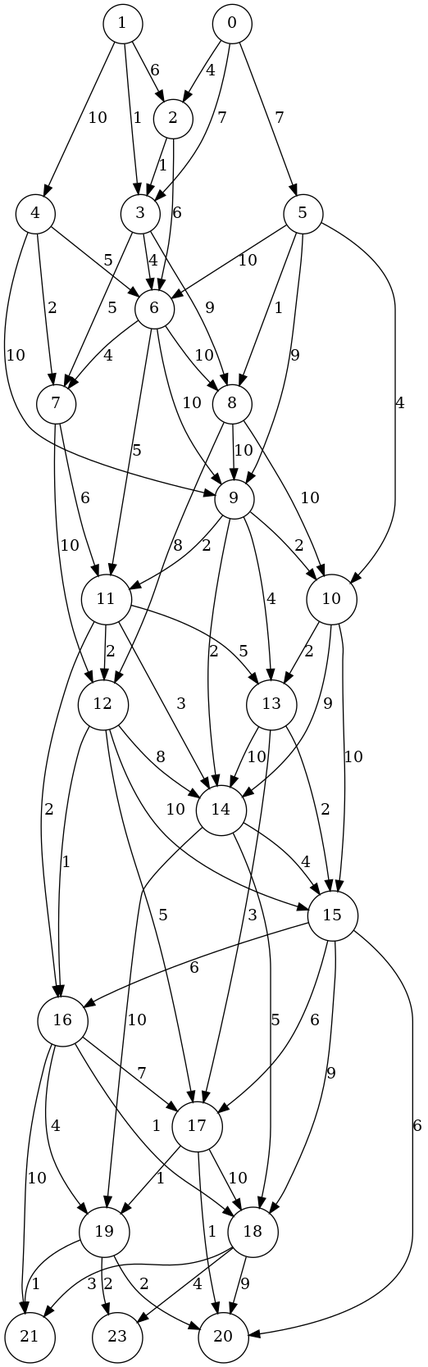
kaygun/ford-fulkerson keeps this Graphviz diagram as figures/graph9.png. Above is the earlier version. Its source is kept beside it as figures/graph9.dot.
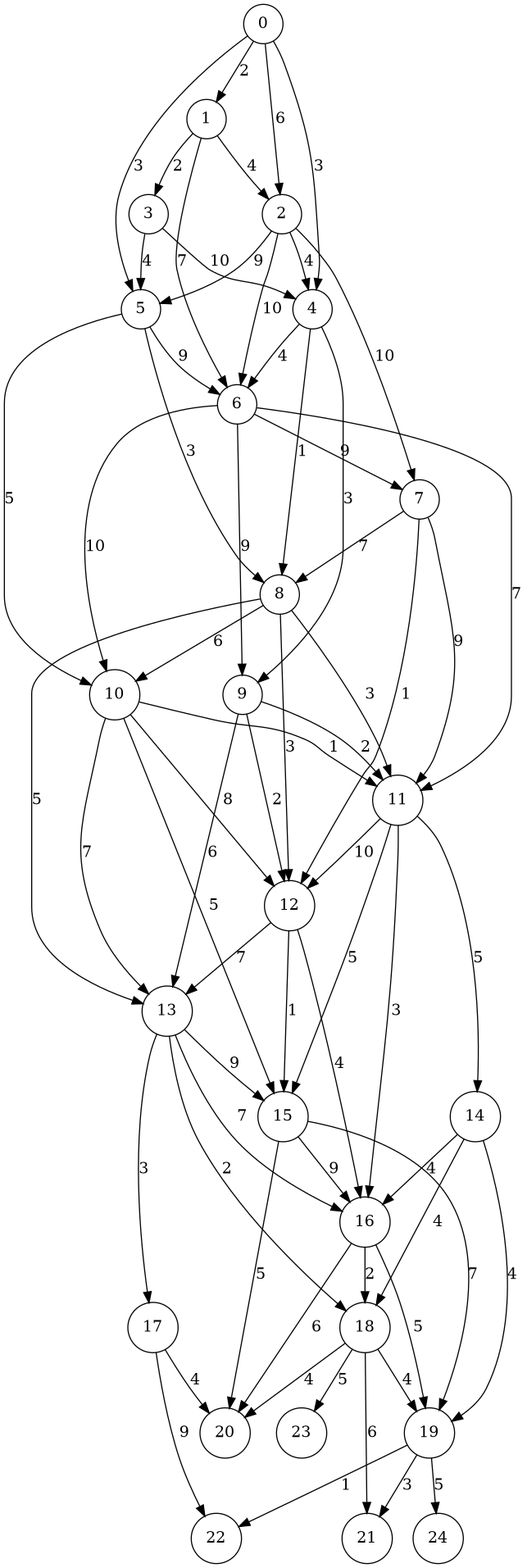
The same file after the commit.

Diff of the diagram source:
```diff
@@ -1,68 +1,69 @@
 digraph G {
 node[shape=circle];
-"16" -> "19" [label=4];
-"10" -> "14" [label=9];
-"8" -> "9" [label=10];
-"7" -> "12" [label=10];
-"18" -> "23" [label=4];
-"13" -> "15" [label=2];
-"7" -> "11" [label=6];
-"12" -> "17" [label=5];
-"10" -> "15" [label=10];
-"2" -> "3" [label=1];
-"15" -> "16" [label=6];
-"10" -> "13" [label=2];
-"15" -> "17" [label=6];
-"6" -> "7" [label=4];
-"12" -> "14" [label=8];
-"5" -> "10" [label=4];
-"0" -> "5" [label=7];
-"17" -> "18" [label=10];
-"11" -> "14" [label=3];
-"19" -> "23" [label=2];
-"11" -> "13" [label=5];
-"8" -> "10" [label=10];
-"14" -> "19" [label=10];
-"4" -> "7" [label=2];
-"4" -> "9" [label=10];
-"15" -> "20" [label=6];
-"4" -> "6" [label=5];
-"14" -> "15" [label=4];
-"1" -> "4" [label=10];
-"11" -> "12" [label=2];
-"1" -> "3" [label=1];
-"9" -> "14" [label=2];
-"16" -> "17" [label=7];
-"15" -> "18" [label=9];
-"0" -> "3" [label=7];
-"5" -> "6" [label=10];
-"5" -> "8" [label=1];
-"16" -> "18" [label=1];
-"6" -> "8" [label=10];
+"8" -> "11" [label=3];
+"16" -> "19" [label=5];
+"7" -> "12" [label=1];
+"18" -> "23" [label=5];
+"13" -> "15" [label=9];
+"7" -> "11" [label=9];
+"10" -> "15" [label=5];
+"2" -> "5" [label=9];
+"15" -> "16" [label=9];
+"10" -> "13" [label=7];
+"15" -> "19" [label=7];
+"6" -> "7" [label=9];
+"12" -> "13" [label=7];
+"5" -> "10" [label=5];
+"0" -> "5" [label=3];
+"3" -> "4" [label=10];
+"19" -> "24" [label=5];
+"11" -> "14" [label=5];
+"19" -> "22" [label=1];
+"18" -> "19" [label=4];
+"7" -> "8" [label=7];
+"8" -> "10" [label=6];
+"14" -> "19" [label=4];
+"9" -> "12" [label=2];
+"4" -> "9" [label=3];
+"15" -> "20" [label=5];
+"4" -> "6" [label=4];
+"11" -> "12" [label=10];
+"1" -> "3" [label=2];
+"4" -> "8" [label=1];
+"10" -> "11" [label=1];
+"5" -> "6" [label=9];
+"5" -> "8" [label=3];
+"16" -> "18" [label=2];
+"8" -> "13" [label=5];
 "9" -> "11" [label=2];
-"6" -> "11" [label=5];
+"6" -> "11" [label=7];
+"10" -> "12" [label=8];
+"2" -> "7" [label=10];
 "13" -> "17" [label=3];
-"5" -> "9" [label=9];
-"3" -> "6" [label=4];
-"12" -> "15" [label=10];
-"0" -> "2" [label=4];
-"6" -> "9" [label=10];
-"19" -> "21" [label=1];
-"14" -> "18" [label=5];
-"9" -> "13" [label=4];
-"3" -> "8" [label=9];
-"17" -> "19" [label=1];
-"3" -> "7" [label=5];
-"18" -> "21" [label=3];
-"2" -> "6" [label=6];
-"9" -> "10" [label=2];
-"8" -> "12" [label=8];
-"16" -> "21" [label=10];
-"12" -> "16" [label=1];
-"1" -> "2" [label=6];
-"18" -> "20" [label=9];
-"13" -> "14" [label=10];
-"19" -> "20" [label=2];
-"11" -> "16" [label=2];
-"17" -> "20" [label=1];
+"2" -> "4" [label=4];
+"12" -> "15" [label=1];
+"0" -> "2" [label=6];
+"6" -> "9" [label=9];
+"11" -> "15" [label=5];
+"19" -> "21" [label=3];
+"0" -> "4" [label=3];
+"14" -> "18" [label=4];
+"9" -> "13" [label=6];
+"13" -> "16" [label=7];
+"13" -> "18" [label=2];
+"6" -> "10" [label=10];
+"14" -> "16" [label=4];
+"1" -> "6" [label=7];
+"16" -> "20" [label=6];
+"18" -> "21" [label=6];
+"2" -> "6" [label=10];
+"8" -> "12" [label=3];
+"12" -> "16" [label=4];
+"1" -> "2" [label=4];
+"18" -> "20" [label=4];
+"3" -> "5" [label=4];
+"17" -> "22" [label=9];
+"11" -> "16" [label=3];
+"0" -> "1" [label=2];
+"17" -> "20" [label=4];
 }
```
